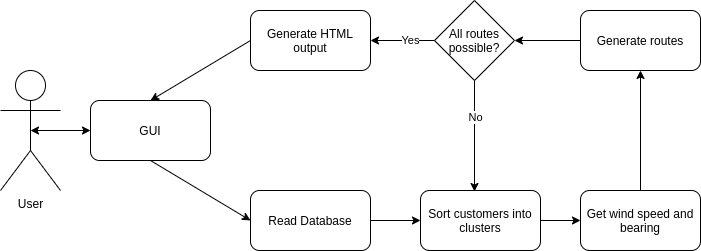
DessyT/Drone-Delivery-Scheduling keeps this draw.io diagram as diagrams/Workflow.png. Above is the earlier version. Source tidied: cells renumbered, new cells last; positions are measured from the earlier drawing's top-left corner, leaving out a move shared by most shapes.
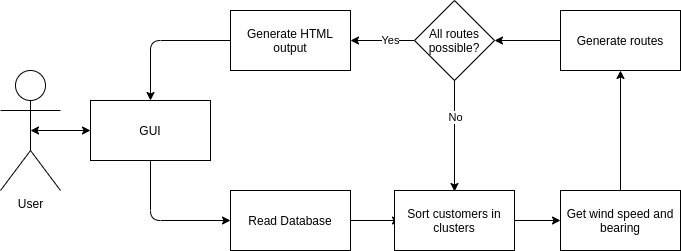
Later version of the same file.

Change to the diagram source:
```diff
@@ -3,61 +3,85 @@
     <mxCell id="0" />
     <mxCell id="1" parent="0" />
     <mxCell id="2" value="User" style="shape=umlActor;verticalLabelPosition=bottom;labelBackgroundColor=#ffffff;verticalAlign=top;html=1;outlineConnect=0;" parent="1" vertex="1">
-      <mxGeometry y="70" width="60" height="120" as="geometry" />
+      <mxGeometry x="20" y="70" width="60" height="120" as="geometry" />
     </mxCell>
-    <mxCell id="3" value="GUI" style="rounded=1;whiteSpace=wrap;html=1;" parent="1" vertex="1">
-      <mxGeometry x="90" y="100" width="120" height="60" as="geometry" />
+    <mxCell id="3" value="All routes possible?" style="rhombus;whiteSpace=wrap;html=1;" parent="1" vertex="1">
+      <mxGeometry x="434" width="80" height="80" as="geometry" />
     </mxCell>
-    <mxCell id="4" value="Generate routes" style="rounded=1;whiteSpace=wrap;html=1;" parent="1" vertex="1">
-      <mxGeometry x="580" y="10" width="120" height="60" as="geometry" />
+    <mxCell id="4" style="endArrow=classic;html=1;exitX=0;exitY=0.5;exitDx=0;exitDy=0;entryX=1;entryY=0.5;entryDx=0;entryDy=0;" parent="1" edge="1" source="3">
+      <mxGeometry relative="1" as="geometry">
+        <mxPoint x="370" y="40" as="targetPoint" />
+      </mxGeometry>
     </mxCell>
-    <mxCell id="5" value="Read Database" style="rounded=1;whiteSpace=wrap;html=1;" parent="1" vertex="1">
-      <mxGeometry x="250" y="190" width="120" height="60" as="geometry" />
+    <mxCell id="5" value="Yes" style="edgeLabel;html=1;align=center;verticalAlign=middle;points=[];" parent="4" vertex="1">
+      <mxGeometry x="-0.24" y="-1" relative="1" as="geometry" />
     </mxCell>
-    <mxCell id="6" value="Sort customers into clusters" style="rounded=1;whiteSpace=wrap;html=1;" parent="1" vertex="1">
-      <mxGeometry x="420" y="190" width="120" height="60" as="geometry" />
+    <mxCell id="6" style="endArrow=classic;html=1;exitX=0.5;exitY=1;exitDx=0;exitDy=0;entryX=0.45;entryY=0.017;entryDx=0;entryDy=0;entryPerimeter=0;" parent="1" edge="1" source="3">
+      <mxGeometry relative="1" as="geometry">
+        <mxPoint x="474" y="191" as="targetPoint" />
+      </mxGeometry>
     </mxCell>
-    <mxCell id="7" value="Get wind speed and bearing" style="rounded=1;whiteSpace=wrap;html=1;" parent="1" vertex="1">
-      <mxGeometry x="580" y="190" width="120" height="60" as="geometry" />
+    <mxCell id="7" value="No" style="edgeLabel;html=1;align=center;verticalAlign=middle;points=[];" parent="6" vertex="1">
+      <mxGeometry x="-0.33" relative="1" as="geometry" />
     </mxCell>
-    <mxCell id="8" value="All routes possible?" style="rhombus;whiteSpace=wrap;html=1;" parent="1" vertex="1">
-      <mxGeometry x="434" width="80" height="80" as="geometry" />
+    <mxCell id="8" style="endArrow=classic;html=1;exitX=0;exitY=0.5;exitDx=0;exitDy=0;entryX=1;entryY=0.5;entryDx=0;entryDy=0;" parent="1" edge="1" target="3">
+      <mxGeometry relative="1" as="geometry">
+        <mxPoint x="580" y="40" as="sourcePoint" />
+      </mxGeometry>
     </mxCell>
-    <mxCell id="9" style="endArrow=classic;html=1;exitX=0;exitY=0.5;exitDx=0;exitDy=0;entryX=1;entryY=0.5;entryDx=0;entryDy=0;" parent="1" edge="1" source="8" target="19">
-      <mxGeometry relative="1" as="geometry" />
+    <mxCell id="9" style="endArrow=classic;html=1;exitX=0.5;exitY=0;exitDx=0;exitDy=0;entryX=0.5;entryY=1;entryDx=0;entryDy=0;" parent="1" edge="1">
+      <mxGeometry relative="1" as="geometry">
+        <mxPoint x="640" y="190" as="sourcePoint" />
+        <mxPoint x="640" y="70" as="targetPoint" />
+      </mxGeometry>
     </mxCell>
-    <mxCell id="10" value="Yes" style="edgeLabel;html=1;align=center;verticalAlign=middle;" parent="9" vertex="1">
-      <mxGeometry x="-0.24" y="-1" relative="1" as="geometry" />
+    <mxCell id="10" style="endArrow=classic;html=1;exitX=1;exitY=0.5;exitDx=0;exitDy=0;entryX=0;entryY=0.5;entryDx=0;entryDy=0;" parent="1" edge="1" source="18">
+      <mxGeometry relative="1" as="geometry">
+        <mxPoint x="580" y="220" as="targetPoint" />
+      </mxGeometry>
     </mxCell>
-    <mxCell id="11" style="endArrow=classic;html=1;exitX=0.5;exitY=1;exitDx=0;exitDy=0;entryX=0.45;entryY=0.017;entryDx=0;entryDy=0;entryPerimeter=0;" parent="1" edge="1" source="8" target="6">
-      <mxGeometry relative="1" as="geometry" />
+    <mxCell id="11" style="endArrow=classic;html=1;exitX=1;exitY=0.5;exitDx=0;exitDy=0;entryX=0;entryY=0.5;entryDx=0;entryDy=0;" parent="1" edge="1">
+      <mxGeometry relative="1" as="geometry">
+        <mxPoint x="370" y="220" as="sourcePoint" />
+        <mxPoint x="420" y="220" as="targetPoint" />
+      </mxGeometry>
     </mxCell>
-    <mxCell id="12" value="No" style="edgeLabel;html=1;align=center;verticalAlign=middle;" parent="11" vertex="1">
-      <mxGeometry x="-0.33" relative="1" as="geometry" />
+    <mxCell id="12" style="endArrow=classic;html=1;exitX=0.5;exitY=1;exitDx=0;exitDy=0;entryX=0;entryY=0.5;entryDx=0;entryDy=0;" parent="1" edge="1" source="17">
+      <mxGeometry relative="1" as="geometry">
+        <mxPoint x="250" y="220" as="targetPoint" />
+        <Array as="points">
+          <mxPoint x="170" y="220" />
+        </Array>
+      </mxGeometry>
     </mxCell>
-    <mxCell id="13" style="endArrow=classic;html=1;exitX=0;exitY=0.5;exitDx=0;exitDy=0;entryX=1;entryY=0.5;entryDx=0;entryDy=0;" parent="1" edge="1" source="4" target="8">
+    <mxCell id="13" style="endArrow=classic;startArrow=classic;html=1;exitX=0.5;exitY=0.5;exitDx=0;exitDy=0;exitPerimeter=0;entryX=0;entryY=0.5;entryDx=0;entryDy=0;" parent="1" edge="1" source="2" target="17">
       <mxGeometry relative="1" as="geometry" />
     </mxCell>
-    <mxCell id="14" style="endArrow=classic;html=1;exitX=0.5;exitY=0;exitDx=0;exitDy=0;entryX=0.5;entryY=1;entryDx=0;entryDy=0;" parent="1" edge="1" source="7" target="4">
-      <mxGeometry relative="1" as="geometry" />
+    <mxCell id="14" style="endArrow=classic;html=1;exitX=0;exitY=0.5;exitDx=0;exitDy=0;entryX=0.5;entryY=0;entryDx=0;entryDy=0;" parent="1" edge="1" target="17">
+      <mxGeometry relative="1" as="geometry">
+        <mxPoint x="250" y="40" as="sourcePoint" />
+        <Array as="points">
+          <mxPoint x="170" y="40" />
+        </Array>
+      </mxGeometry>
     </mxCell>
-    <mxCell id="15" style="endArrow=classic;html=1;exitX=1;exitY=0.5;exitDx=0;exitDy=0;entryX=0;entryY=0.5;entryDx=0;entryDy=0;" parent="1" edge="1" source="6" target="7">
-      <mxGeometry relative="1" as="geometry" />
+    <mxCell id="15" value="Get wind speed and bearing" style="rounded=0;whiteSpace=wrap;html=1;" parent="1" vertex="1">
+      <mxGeometry x="580" y="190" width="120" height="60" as="geometry" />
     </mxCell>
-    <mxCell id="16" style="endArrow=classic;html=1;exitX=1;exitY=0.5;exitDx=0;exitDy=0;entryX=0;entryY=0.5;entryDx=0;entryDy=0;" parent="1" edge="1" source="5" target="6">
-      <mxGeometry relative="1" as="geometry" />
+    <mxCell id="16" value="Read Database" style="rounded=0;whiteSpace=wrap;html=1;" parent="1" vertex="1">
+      <mxGeometry x="250" y="190" width="120" height="60" as="geometry" />
     </mxCell>
-    <mxCell id="17" style="endArrow=classic;html=1;exitX=0.5;exitY=1;exitDx=0;exitDy=0;entryX=0;entryY=0.5;entryDx=0;entryDy=0;" parent="1" edge="1" source="3" target="5">
-      <mxGeometry relative="1" as="geometry" />
+    <mxCell id="17" value="GUI" style="rounded=0;whiteSpace=wrap;html=1;" parent="1" vertex="1">
+      <mxGeometry x="110" y="100" width="120" height="60" as="geometry" />
     </mxCell>
-    <mxCell id="18" style="endArrow=classic;startArrow=classic;html=1;exitX=0.5;exitY=0.5;exitDx=0;exitDy=0;exitPerimeter=0;entryX=0;entryY=0.5;entryDx=0;entryDy=0;" parent="1" edge="1" source="2" target="3">
-      <mxGeometry relative="1" as="geometry" />
+    <mxCell id="18" value="Sort customers in clusters" style="rounded=0;whiteSpace=wrap;html=1;" parent="1" vertex="1">
+      <mxGeometry x="414" y="190" width="120" height="60" as="geometry" />
     </mxCell>
-    <mxCell id="19" value="Generate HTML output" style="rounded=1;whiteSpace=wrap;html=1;" parent="1" vertex="1">
-      <mxGeometry x="250" y="10" width="120" height="60" as="geometry" />
+    <mxCell id="19" value="Generate routes" style="rounded=0;whiteSpace=wrap;html=1;" parent="1" vertex="1">
+      <mxGeometry x="580" y="10" width="120" height="60" as="geometry" />
     </mxCell>
-    <mxCell id="20" style="endArrow=classic;html=1;exitX=0;exitY=0.5;exitDx=0;exitDy=0;entryX=0.5;entryY=0;entryDx=0;entryDy=0;" parent="1" edge="1" source="19" target="3">
-      <mxGeometry relative="1" as="geometry" />
+    <mxCell id="20" value="Generate HTML output" style="rounded=0;whiteSpace=wrap;html=1;" parent="1" vertex="1">
+      <mxGeometry x="250" y="10" width="120" height="60" as="geometry" />
     </mxCell>
   </root>
 </mxGraphModel>
```
